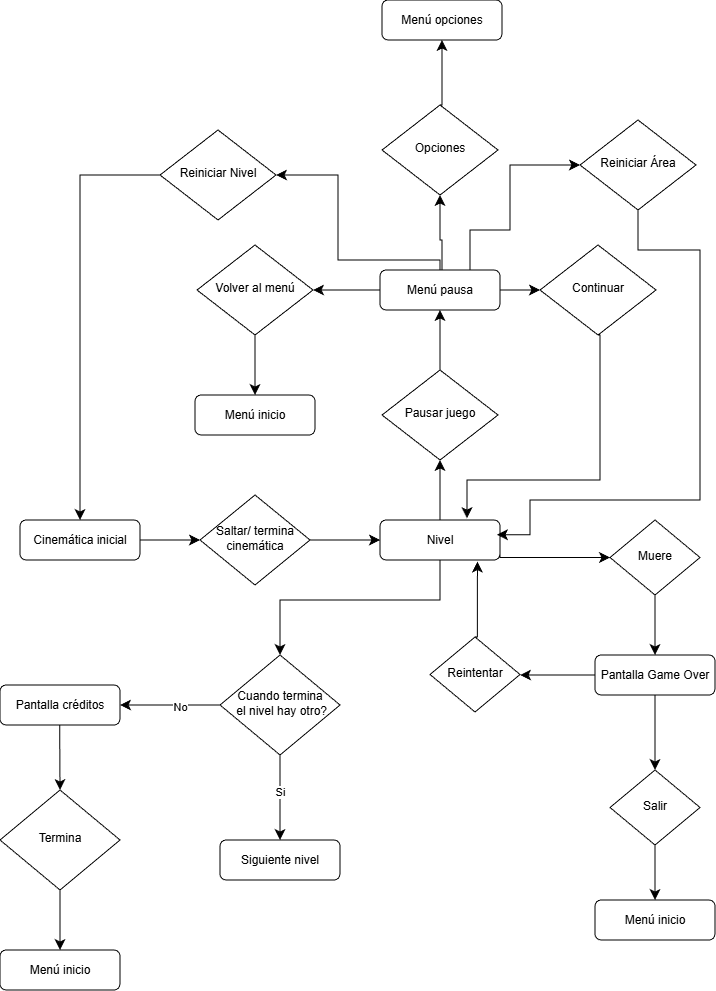
Above: Imagenes_README/DiagramaflujoInGame.drawio.png in TheBigBoneTeam/Proyecto_Coyote (draw.io), before the change. Source tidied: cells renumbered, new cells last; positions are measured from the earlier drawing's top-left corner, leaving out a move shared by most shapes.
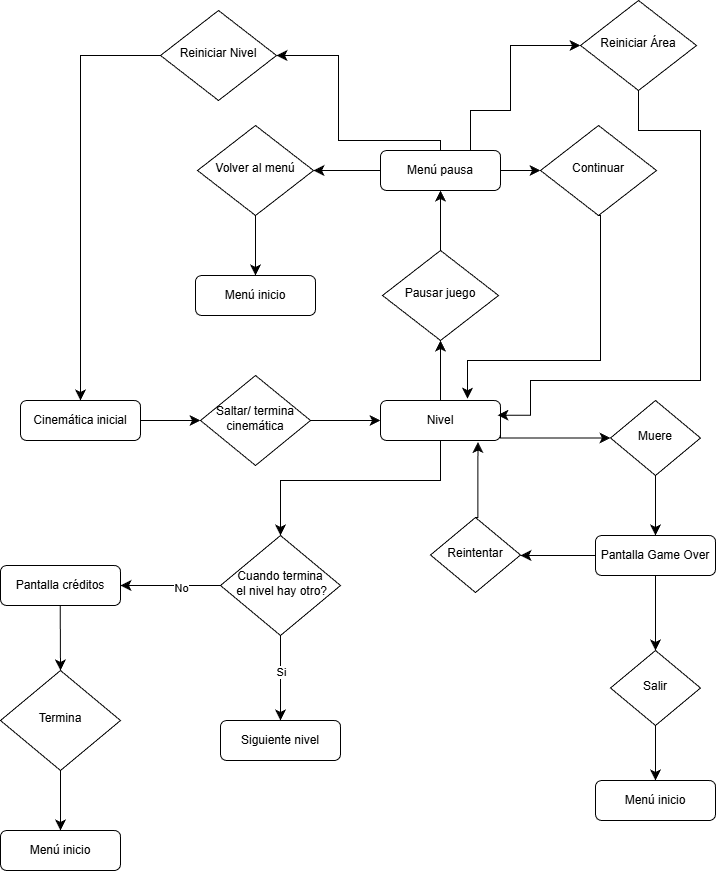
After the change.

Diff of the diagram source:
```diff
@@ -155,26 +155,6 @@
         <mxPoint x="60" y="950" as="targetPoint" />
       </mxGeometry>
     </mxCell>
-    <mxCell id="44" value="Opciones" style="rhombus;whiteSpace=wrap;html=1;shadow=0;fontFamily=Helvetica;fontSize=12;align=center;strokeWidth=1;spacing=6;spacingTop=-4;" parent="1" vertex="1">
-      <mxGeometry x="382" y="105" width="116" height="90" as="geometry" />
-    </mxCell>
-    <mxCell id="45" value="Menú opciones" style="rounded=1;whiteSpace=wrap;html=1;fontSize=12;glass=0;strokeWidth=1;shadow=0;" parent="1" vertex="1">
-      <mxGeometry x="382" width="120" height="40" as="geometry" />
-    </mxCell>
-    <mxCell id="46" style="edgeStyle=segmentEdgeStyle;endArrow=classic;html=1;curved=0;rounded=0;endSize=8;startSize=8;entryX=0.5;entryY=1;entryDx=0;entryDy=0;" parent="1" edge="1" target="44">
-      <mxGeometry relative="1" as="geometry">
-        <mxPoint x="440" y="270" as="sourcePoint" />
-        <Array as="points">
-          <mxPoint x="442" y="270" />
-          <mxPoint x="442" y="240" />
-          <mxPoint x="440" y="240" />
-          <mxPoint x="440" y="210" />
-        </Array>
-      </mxGeometry>
-    </mxCell>
-    <mxCell id="47" style="edgeStyle=segmentEdgeStyle;endArrow=classic;html=1;curved=0;rounded=0;endSize=8;startSize=8;entryX=0.5;entryY=1;entryDx=0;entryDy=0;exitX=0.5;exitY=0;exitDx=0;exitDy=0;" parent="1" edge="1" source="44" target="45">
-      <mxGeometry relative="1" as="geometry" />
-    </mxCell>
     <mxCell id="48" value="Reiniciar Área" style="rhombus;whiteSpace=wrap;html=1;shadow=0;fontFamily=Helvetica;fontSize=12;align=center;strokeWidth=1;spacing=6;spacingTop=-4;" parent="1" vertex="1">
       <mxGeometry x="580" y="120" width="116" height="90" as="geometry" />
     </mxCell>
```
